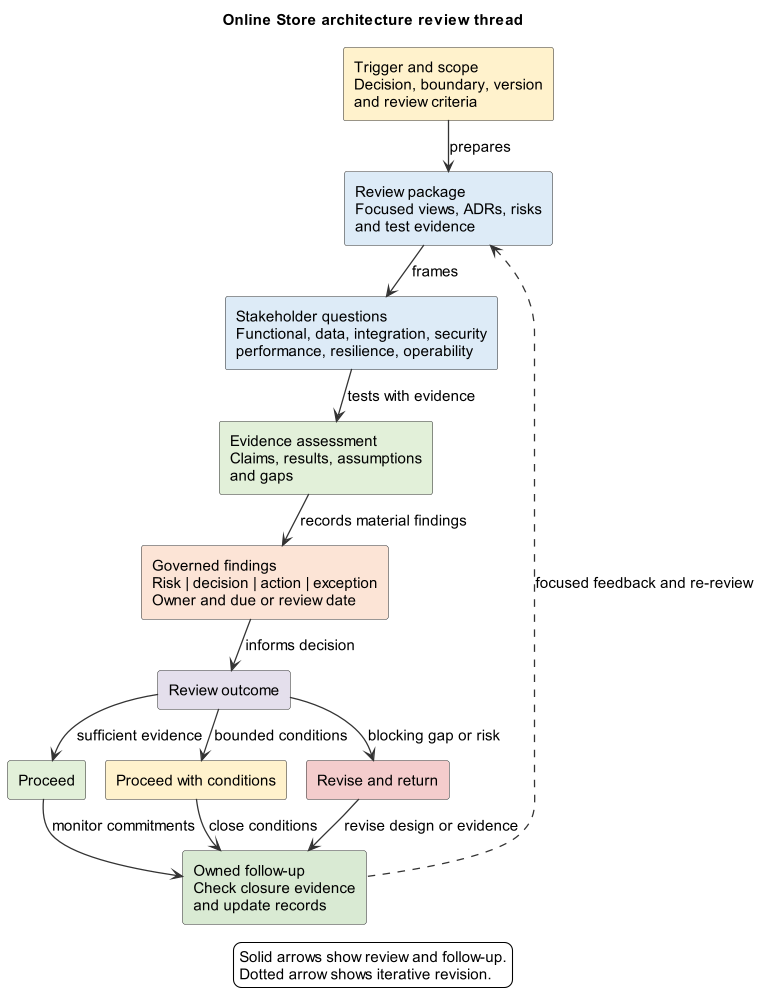
nishikanttiwari01/Architecture_Modelling keeps this PlantUML diagram as diagrams/exported/png/FIG-28-01-online-store-architecture-review-thread.png. Above is the earlier version.
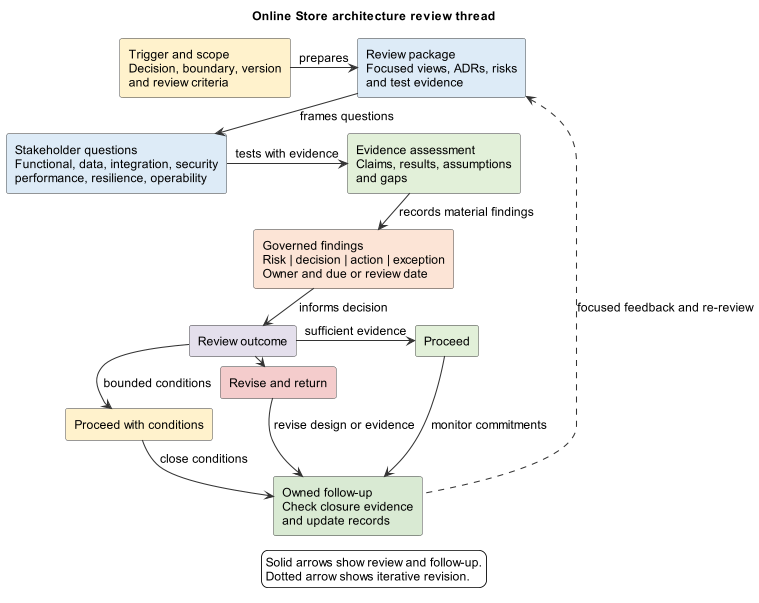
The same diagram one commit later.

Commit message:
Regenerate Chapter 28 review evidence figure

Diff of the diagram source:
```diff
@@ -2,9 +2,9 @@
 !include ../../styles/plantuml-theme.puml
 title Online Store architecture review thread
 top to bottom direction
-scale 760 width
+scale 759 width
 skinparam nodesep 18
-skinparam ranksep 30
+skinparam ranksep 24
 skinparam defaultFontSize 14
 rectangle "Trigger and scope\nDecision, boundary, version\nand review criteria" as S #FFF2CC
 rectangle "Review package\nFocused views, ADRs, risks\nand test evidence" as P #DDEBF7
@@ -16,18 +16,14 @@
 rectangle "Proceed with conditions" as C #FFF2CC
 rectangle "Revise and return" as R #F4CCCC
 rectangle "Owned follow-up\nCheck closure evidence\nand update records" as U #D9EAD3
-S --> P : prepares
-S -[hidden]right-> P
-P --> Q : frames
-Q -[hidden]right-> E
-Q --> E : tests with evidence
-E --> F : records material findings
+S -right-> P : prepares
+P -down-> Q : frames questions
+Q -right-> E : tests with evidence
+E -down-> F : records material findings
 F --> O : informs decision
-O --> A : sufficient evidence
-O --> C : bounded conditions
-O --> R : blocking gap or risk
-A -[hidden]right-> C
-C -[hidden]right-> R
+O -left-> A : sufficient evidence
+O -down-> C : bounded conditions
+O -right-> R : blocking gap or risk
 A --> U : monitor commitments
 C --> U : close conditions
 R --> U : revise design or evidence
```
